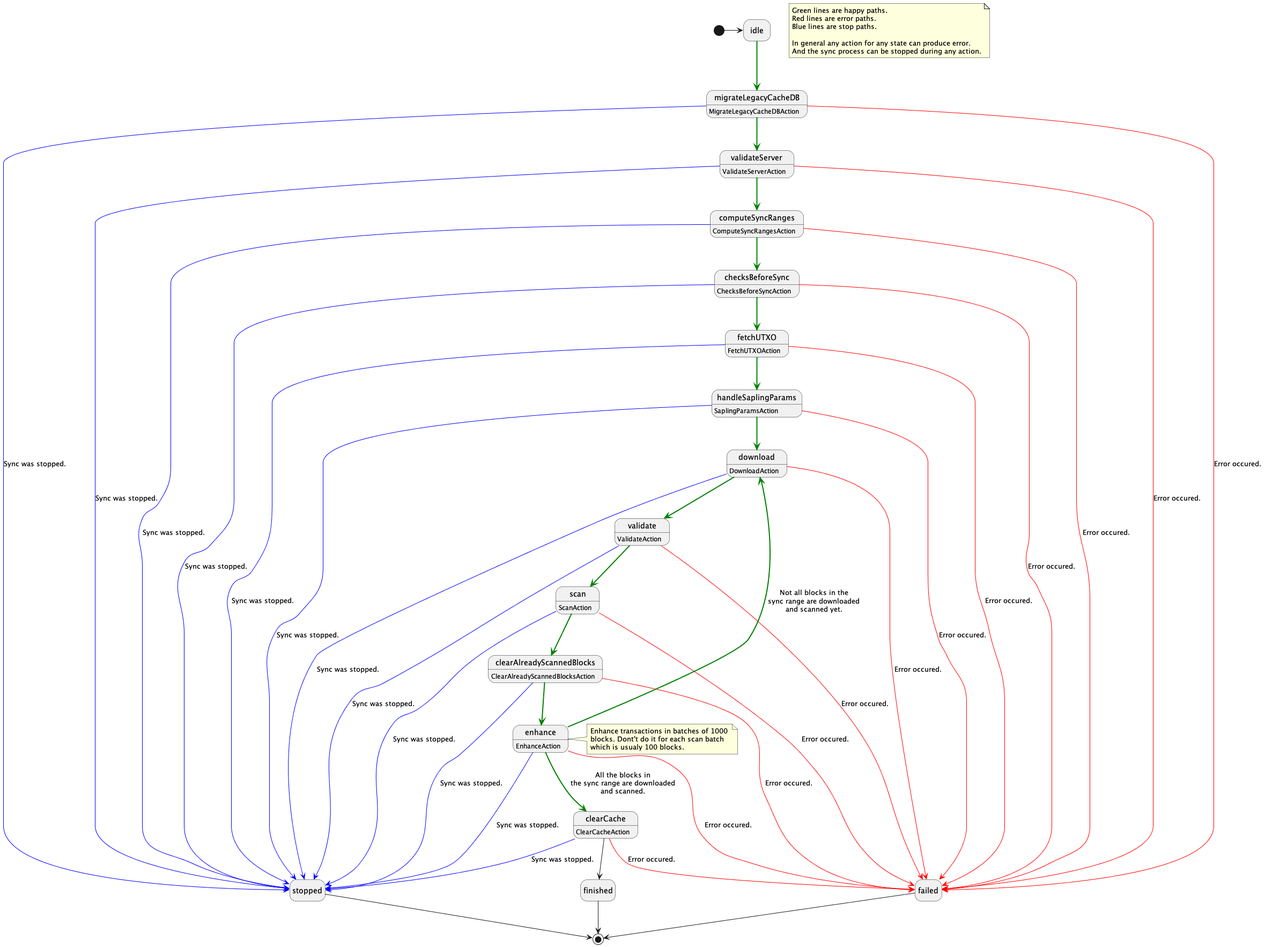
The PlantUML diagram docs/images/cbp_state_machine.png in Electric-Coin-Company/zcash-swift-wallet-sdk, before a commit.
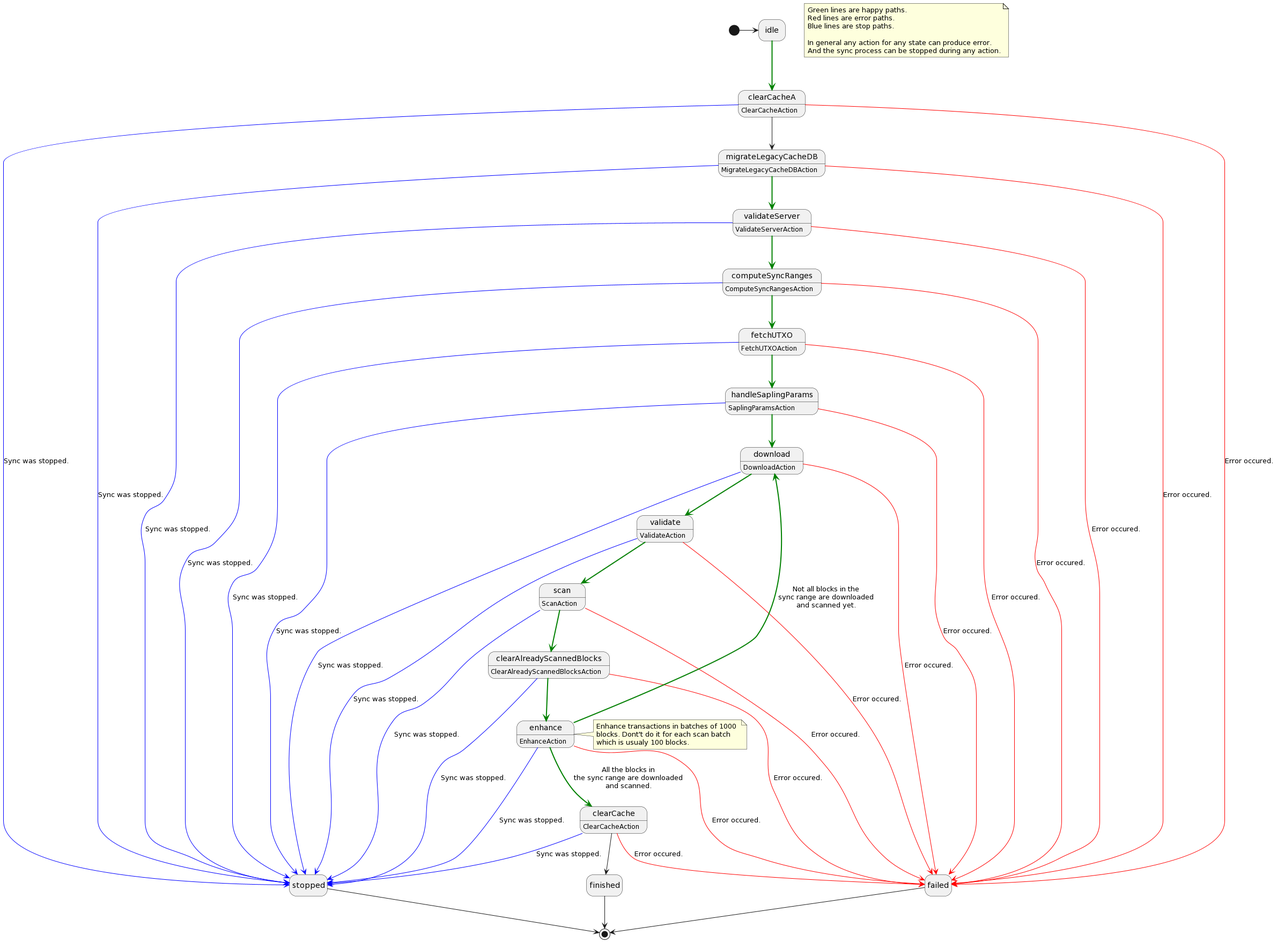
After the change.

Commit message:
[#1147] Update cbp_state_machine_png

- uml diagram updated
- png file updated

The edit, as a diff of the source:
```diff
@@ -13,7 +13,12 @@
 
 [*] -> idle
 
-idle -[#green,bold]-> migrateLegacyCacheDB
+idle -[#green,bold]-> clearCacheA
+
+clearCacheA : ClearCacheAction
+clearCacheA --> migrateLegacyCacheDB
+clearCacheA -[#red]-> failed : Error occured.
+clearCacheA -[#blue]-> stopped : Sync was stopped.
 
 migrateLegacyCacheDB : MigrateLegacyCacheDBAction
 migrateLegacyCacheDB -[#green,bold]-> validateServer
@@ -26,14 +31,9 @@
 validateServer -[#blue]-> stopped : Sync was stopped.
 
 computeSyncRanges : ComputeSyncRangesAction
-computeSyncRanges -[#green,bold]-> checksBeforeSync
+computeSyncRanges -[#green,bold]-> fetchUTXO
 computeSyncRanges -[#red]-> failed : Error occured.
 computeSyncRanges -[#blue]-> stopped : Sync was stopped.
-
-checksBeforeSync : ChecksBeforeSyncAction
-checksBeforeSync -[#green,bold]-> fetchUTXO
-checksBeforeSync -[#red]-> failed : Error occured.
-checksBeforeSync -[#blue]-> stopped : Sync was stopped.
 
 fetchUTXO : FetchUTXOAction
 fetchUTXO -[#green,bold]-> handleSaplingParams
@@ -85,5 +85,4 @@
 finished --> [*]
 failed --> [*]
 stopped --> [*]
-
 @enduml
```
